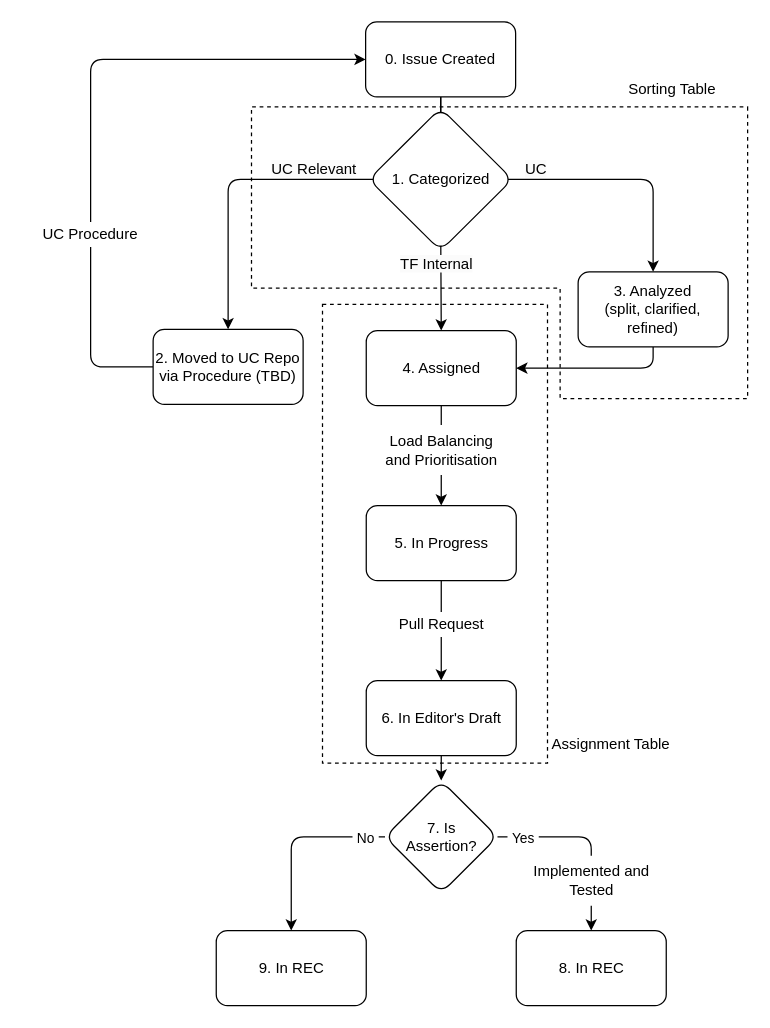
w3c/wot-thing-description keeps this draw.io diagram as page "Lifecycle" (2 of 2) of proposals/project-management/kanbanidea.drawio. Above is the earlier version. Source tidied: cells renumbered, new cells numbered last; positions are measured from the earlier drawing's top-left corner, leaving out a move shared by most shapes. Both pictures are drawn from the tidied source at 125%, with x=0, y=0 at pixel (21, 4).
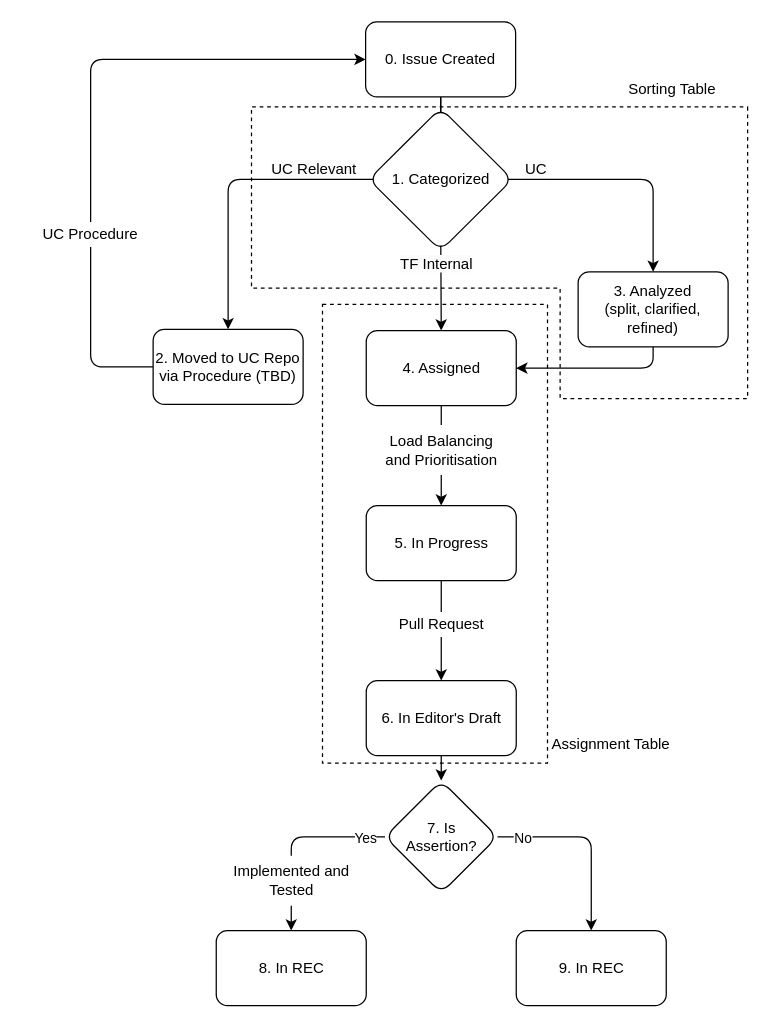
The same diagram, later.

Commit message (it also covers changes not shown here):
swap places of 8 and 9

Unchanged cells that the change refers to:
```xml
<mxCell id="23" style="edgeStyle=orthogonalEdgeStyle;rounded=1;jettySize=auto;html=1;entryX=0.5;entryY=0;entryDx=0;entryDy=0;" parent="1" edge="1" source="27" target="20">
  <mxGeometry relative="1" as="geometry" />
</mxCell>
<mxCell id="25" style="edgeStyle=orthogonalEdgeStyle;rounded=1;jettySize=auto;html=1;entryX=0.5;entryY=0;entryDx=0;entryDy=0;" parent="1" edge="1" source="27" target="22">
  <mxGeometry relative="1" as="geometry" />
</mxCell>
```

The edit, as a diff of the source:
```diff
@@
-    <mxCell id="20" value="8. In REC" style="rounded=1;whiteSpace=wrap;html=1;" parent="1" vertex="1">
+    <mxCell id="20" value="9. In REC" style="rounded=1;whiteSpace=wrap;html=1;" parent="1" vertex="1">
       <mxGeometry x="395.5" y="741" width="120" height="60" as="geometry" />
     </mxCell>
@@
-    <mxCell id="22" value="9. In REC" style="rounded=1;whiteSpace=wrap;html=1;" parent="1" vertex="1">
+    <mxCell id="22" value="8. In REC" style="rounded=1;whiteSpace=wrap;html=1;" parent="1" vertex="1">
       <mxGeometry x="155.5" y="741" width="120" height="60" as="geometry" />
     </mxCell>
@@
-    <mxCell id="24" value="&amp;nbsp;Yes&amp;nbsp;" style="edgeLabel;html=1;align=center;verticalAlign=middle;rounded=1;" parent="23" vertex="1">
+    <mxCell id="24" value="No" style="edgeLabel;html=1;align=center;verticalAlign=middle;rounded=1;" parent="23" vertex="1">
       <mxGeometry x="-0.86" y="-1" relative="1" as="geometry">
         <mxPoint x="9" y="-1" as="offset" />
       </mxGeometry>
     </mxCell>
@@
-    <mxCell id="26" value="&amp;nbsp;No&amp;nbsp;" style="edgeLabel;html=1;align=center;verticalAlign=middle;rounded=1;" parent="25" vertex="1">
+    <mxCell id="26" value="Yes" style="edgeLabel;html=1;align=center;verticalAlign=middle;rounded=1;" parent="25" vertex="1">
       <mxGeometry x="-0.79" relative="1" as="geometry" />
     </mxCell>
@@
-    <mxCell id="28" value="Implemented and Tested" style="text;html=1;align=center;verticalAlign=middle;whiteSpace=wrap;rounded=1;fillColor=default;" parent="1" vertex="1">
-      <mxGeometry x="400.5" y="681" width="110" height="40" as="geometry" />
-    </mxCell>
@@
+    <mxCell id="28" value="Implemented and Tested" style="text;html=1;align=center;verticalAlign=middle;whiteSpace=wrap;rounded=1;fillColor=default;" parent="1" vertex="1">
+      <mxGeometry x="160.5" y="681" width="110" height="40" as="geometry" />
+    </mxCell>
```
